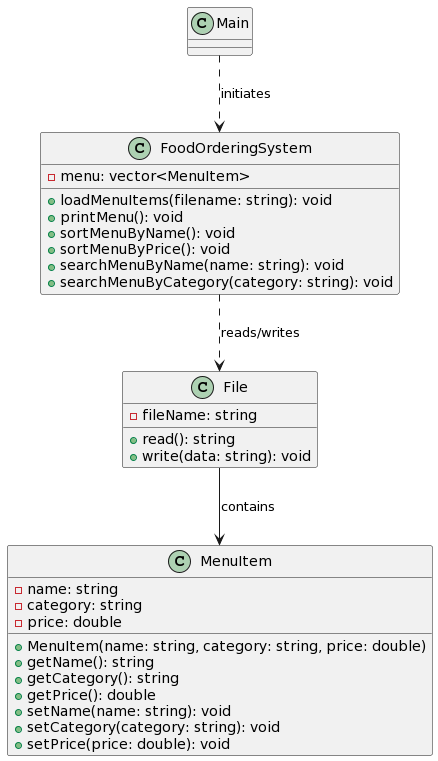
This is Design/Class diagram.png from 7azmi/food-menu, a PlantUML export, as it was before one commit.
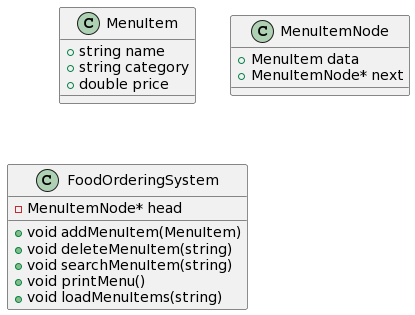
The same diagram one commit later.

What changed in the source:
```diff
@@ -1,37 +1,21 @@
 @startuml
-class Main {
+class MenuItem {
+    + string name
+    + string category
+    + double price
 }
 
-class File {
-  - fileName: string
-  + read(): string
-  + write(data: string): void
-}
-
-class MenuItem {
-  - name: string
-  - category: string
-  - price: double
-  + MenuItem(name: string, category: string, price: double)
-  + getName(): string
-  + getCategory(): string
-  + getPrice(): double
-  + setName(name: string): void
-  + setCategory(category: string): void
-  + setPrice(price: double): void
+class MenuItemNode {
+    + MenuItem data
+    + MenuItemNode* next
 }
 
 class FoodOrderingSystem {
-  - menu: vector<MenuItem>
-  + loadMenuItems(filename: string): void
-  + printMenu(): void
-  + sortMenuByName(): void
-  + sortMenuByPrice(): void
-  + searchMenuByName(name: string): void
-  + searchMenuByCategory(category: string): void
+    - MenuItemNode* head
+    + void addMenuItem(MenuItem)
+    + void deleteMenuItem(string)
+    + void searchMenuItem(string)
+    + void printMenu()
+    + void loadMenuItems(string)
 }
-
-Main ..> FoodOrderingSystem : initiates
-FoodOrderingSystem ..> File : reads/writes
-File --> MenuItem : contains
 @enduml
```
